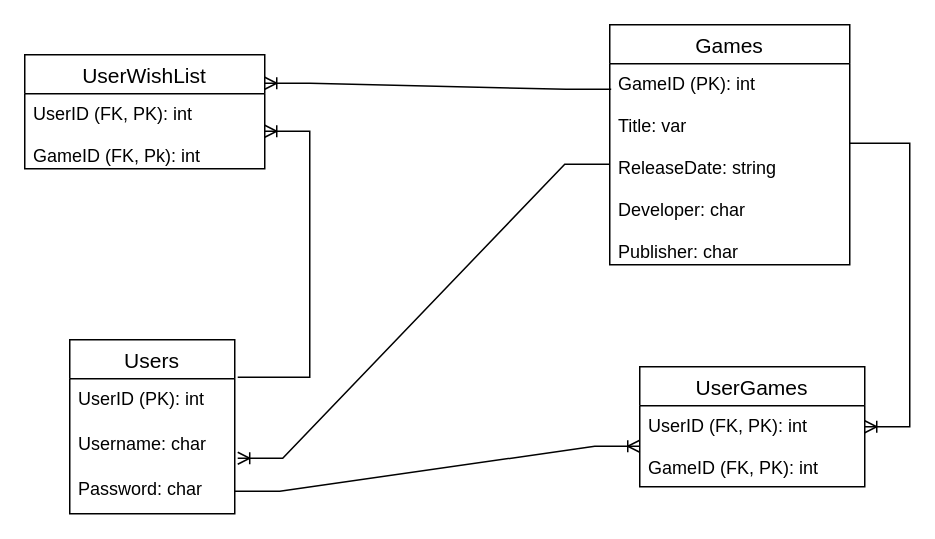
Before: Documentation/CollegeCodeDirectoryERD_V4.drawio in tuantranquang0607/Database-Programming-Project-GEx2025, a draw.io diagram. Source tidied: cells renumbered, new cells numbered last; positions are measured from the earlier drawing's top-left corner, leaving out a move shared by most shapes. Both pictures are drawn from the tidied source at 150%, with x=0, y=0 at pixel (24, 24).
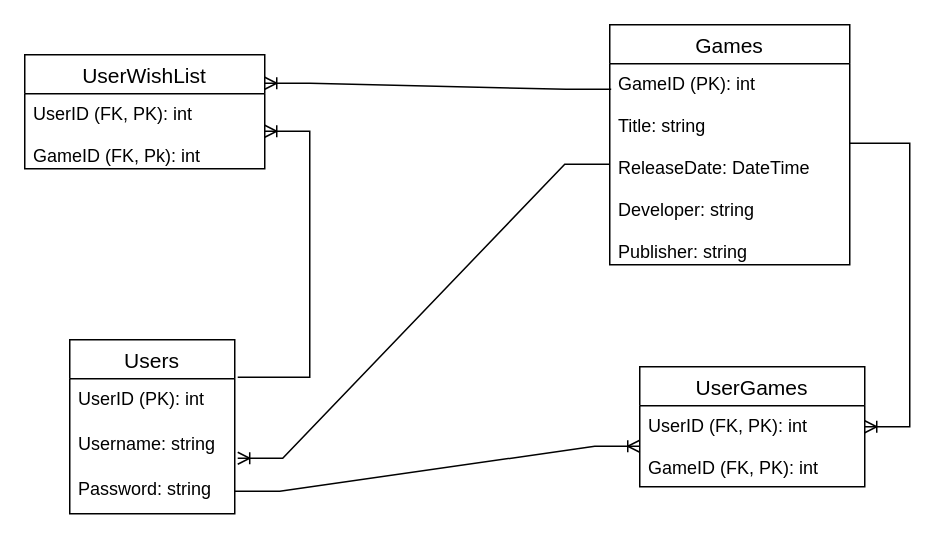
Above is the later version.

The edit, as a diff of the source:
```diff
@@
 <mxGraphModel>
   <root>
     <mxCell id="0" />
     <mxCell id="1" parent="0" />
     <mxCell id="2" value="Users" style="swimlane;fontStyle=0;horizontal=1;startSize=26;align=center;fontSize=14;" parent="1" vertex="1">
       <mxGeometry x="30" y="210" width="110" height="116" as="geometry" />
     </mxCell>
     <mxCell id="3" value="UserID (PK): int" style="text;strokeColor=none;fillColor=none;spacingLeft=4;spacingRight=4;overflow=hidden;points=[[0,0.5],[1,0.5]];portConstraint=eastwest;fontSize=12;" parent="2" vertex="1">
       <mxGeometry y="26" width="110" height="30" as="geometry" />
     </mxCell>
-    <mxCell id="4" value="Username: char" style="text;strokeColor=none;fillColor=none;spacingLeft=4;spacingRight=4;overflow=hidden;points=[[0,0.5],[1,0.5]];portConstraint=eastwest;fontSize=12;" parent="2" vertex="1">
+    <mxCell id="4" value="Username: string" style="text;strokeColor=none;fillColor=none;spacingLeft=4;spacingRight=4;overflow=hidden;points=[[0,0.5],[1,0.5]];portConstraint=eastwest;fontSize=12;" parent="2" vertex="1">
       <mxGeometry y="56" width="110" height="30" as="geometry" />
     </mxCell>
-    <mxCell id="5" value="Password: char" style="text;strokeColor=none;fillColor=none;spacingLeft=4;spacingRight=4;overflow=hidden;points=[[0,0.5],[1,0.5]];portConstraint=eastwest;fontSize=12;" parent="2" vertex="1">
+    <mxCell id="5" value="Password: string" style="text;strokeColor=none;fillColor=none;spacingLeft=4;spacingRight=4;overflow=hidden;points=[[0,0.5],[1,0.5]];portConstraint=eastwest;fontSize=12;" parent="2" vertex="1">
       <mxGeometry y="86" width="110" height="30" as="geometry" />
     </mxCell>
     <mxCell id="6" value="Games" style="swimlane;fontStyle=0;horizontal=1;startSize=26;align=center;fontSize=14;" parent="1" vertex="1">
       <mxGeometry x="390" width="160" height="160" as="geometry" />
     </mxCell>
-    <mxCell id="7" value="GameID (PK): int&#10;&#10;Title: var&#10;&#10;ReleaseDate: string&#10;&#10;Developer: char&#10;&#10;Publisher: char" style="text;strokeColor=none;fillColor=none;spacingLeft=4;spacingRight=4;overflow=hidden;points=[[0,0.5],[1,0.5]];portConstraint=eastwest;fontSize=12;" parent="6" vertex="1">
+    <mxCell id="7" value="GameID (PK): int&#10;&#10;Title: string&#10;&#10;ReleaseDate: DateTime&#10;&#10;Developer: string&#10;&#10;Publisher: string" style="text;strokeColor=none;fillColor=none;spacingLeft=4;spacingRight=4;overflow=hidden;points=[[0,0.5],[1,0.5]];portConstraint=eastwest;fontSize=12;" parent="6" vertex="1">
       <mxGeometry y="26" width="160" height="134" as="geometry" />
     </mxCell>
     <mxCell id="8" value="UserGames" style="swimlane;fontStyle=0;horizontal=1;startSize=26;align=center;fontSize=14;" parent="1" vertex="1">
       <mxGeometry x="410" y="228" width="150" height="80" as="geometry" />
     </mxCell>
     <mxCell id="9" value="UserID (FK, PK): int&#10;&#10;GameID (FK, PK): int" style="text;strokeColor=none;fillColor=none;spacingLeft=4;spacingRight=4;overflow=hidden;points=[[0,0.5],[1,0.5]];portConstraint=eastwest;fontSize=12;" parent="8" vertex="1">
       <mxGeometry y="26" width="150" height="54" as="geometry" />
     </mxCell>
     <mxCell id="10" value="UserWishList" style="swimlane;fontStyle=0;horizontal=1;startSize=26;align=center;fontSize=14;" parent="1" vertex="1">
       <mxGeometry y="20" width="160" height="76" as="geometry" />
     </mxCell>
     <mxCell id="11" value="UserID (FK, PK): int&#10;&#10;GameID (FK, Pk): int" style="text;strokeColor=none;fillColor=none;spacingLeft=4;spacingRight=4;overflow=hidden;points=[[0,0.5],[1,0.5]];portConstraint=eastwest;fontSize=12;" parent="10" vertex="1">
       <mxGeometry y="26" width="160" height="50" as="geometry" />
     </mxCell>
     <mxCell id="12" style="edgeStyle=entityRelationEdgeStyle;fontSize=12;html=1;endArrow=ERoneToMany;rounded=0;exitX=1;exitY=0.5;exitDx=0;exitDy=0;entryX=0;entryY=0.5;entryDx=0;entryDy=0;" parent="1" edge="1" source="5" target="9">
       <mxGeometry relative="1" as="geometry" />
     </mxCell>
     <mxCell id="13" style="edgeStyle=entityRelationEdgeStyle;fontSize=12;html=1;endArrow=ERoneToMany;rounded=0;exitX=1.018;exitY=-0.033;exitDx=0;exitDy=0;exitPerimeter=0;" parent="1" edge="1" source="3" target="11">
       <mxGeometry relative="1" as="geometry" />
     </mxCell>
     <mxCell id="14" style="edgeStyle=entityRelationEdgeStyle;fontSize=12;html=1;endArrow=ERoneToMany;rounded=0;exitX=1;exitY=0.396;exitDx=0;exitDy=0;exitPerimeter=0;" parent="1" edge="1" source="7" target="8">
       <mxGeometry relative="1" as="geometry" />
     </mxCell>
     <mxCell id="15" style="edgeStyle=entityRelationEdgeStyle;fontSize=12;html=1;endArrow=ERoneToMany;rounded=0;entryX=1.018;entryY=0.767;entryDx=0;entryDy=0;entryPerimeter=0;" parent="1" edge="1" source="7" target="4">
       <mxGeometry relative="1" as="geometry" />
     </mxCell>
     <mxCell id="16" style="edgeStyle=entityRelationEdgeStyle;fontSize=12;html=1;endArrow=ERoneToMany;rounded=0;exitX=0.006;exitY=0.127;exitDx=0;exitDy=0;exitPerimeter=0;entryX=1;entryY=0.25;entryDx=0;entryDy=0;" parent="1" edge="1" source="7" target="10">
       <mxGeometry relative="1" as="geometry" />
     </mxCell>
   </root>
 </mxGraphModel>
```
